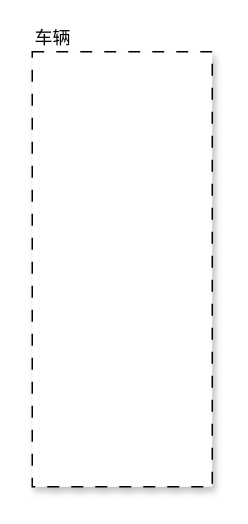
Before: 未命名绘图.drawio in trancer-nature/Abc, a draw.io diagram. Source tidied: cells renumbered, new cells numbered last; positions are measured from the earlier drawing's top-left corner, leaving out a move shared by most shapes. Both pictures are drawn from the tidied source at 150%, with x=0, y=0 at pixel (32, 51).
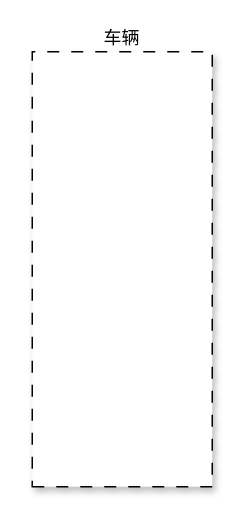
The same diagram, later.

Commit message (it also covers changes not shown here):
更新未命名绘图.drawio

Change to the diagram source:
```diff
@@
 <mxGraphModel>
   <root>
     <mxCell id="0" />
     <mxCell id="1" parent="0" />
-    <mxCell id="2" value="车辆" style="verticalLabelPosition=top;verticalAlign=bottom;html=1;shape=mxgraph.basic.rect;fillColor2=none;strokeWidth=1;size=20;indent=5;dashed=1;dashPattern=8 8;shadow=1;labelPosition=center;align=left;labelBorderColor=none;" parent="1" vertex="1">
+    <mxCell id="2" value="车辆" style="verticalLabelPosition=top;verticalAlign=bottom;shape=mxgraph.basic.rect;fillColor2=none;strokeWidth=1;size=20;indent=5;dashed=1;dashPattern=8 8;shadow=1;labelPosition=center;align=center;labelBorderColor=none;labelBackgroundColor=none;horizontal=1;fontColor=default;overflow=visible;strokeOpacity=100;flipH=0;flipV=1;" parent="1" vertex="1">
       <mxGeometry width="120" height="290" as="geometry" />
     </mxCell>
   </root>
 </mxGraphModel>
```
